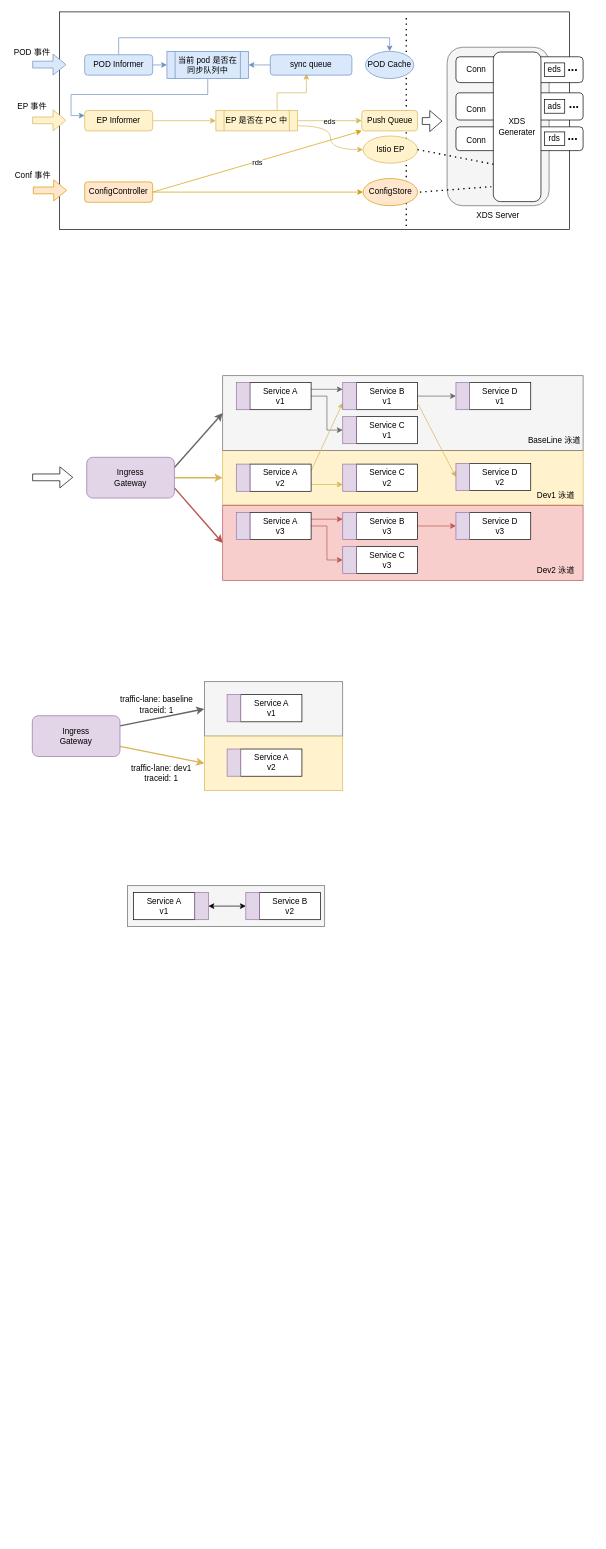
panniyuyu/think-dast-zh keeps this draw.io diagram as istio-eds.drawio. Above is the earlier version. Source tidied: cells renumbered, new cells numbered last; positions are measured from the earlier drawing's top-left corner, leaving out a move shared by most shapes. Both pictures are drawn from the tidied source at 68%, with x=0, y=0 at pixel (12, 12).
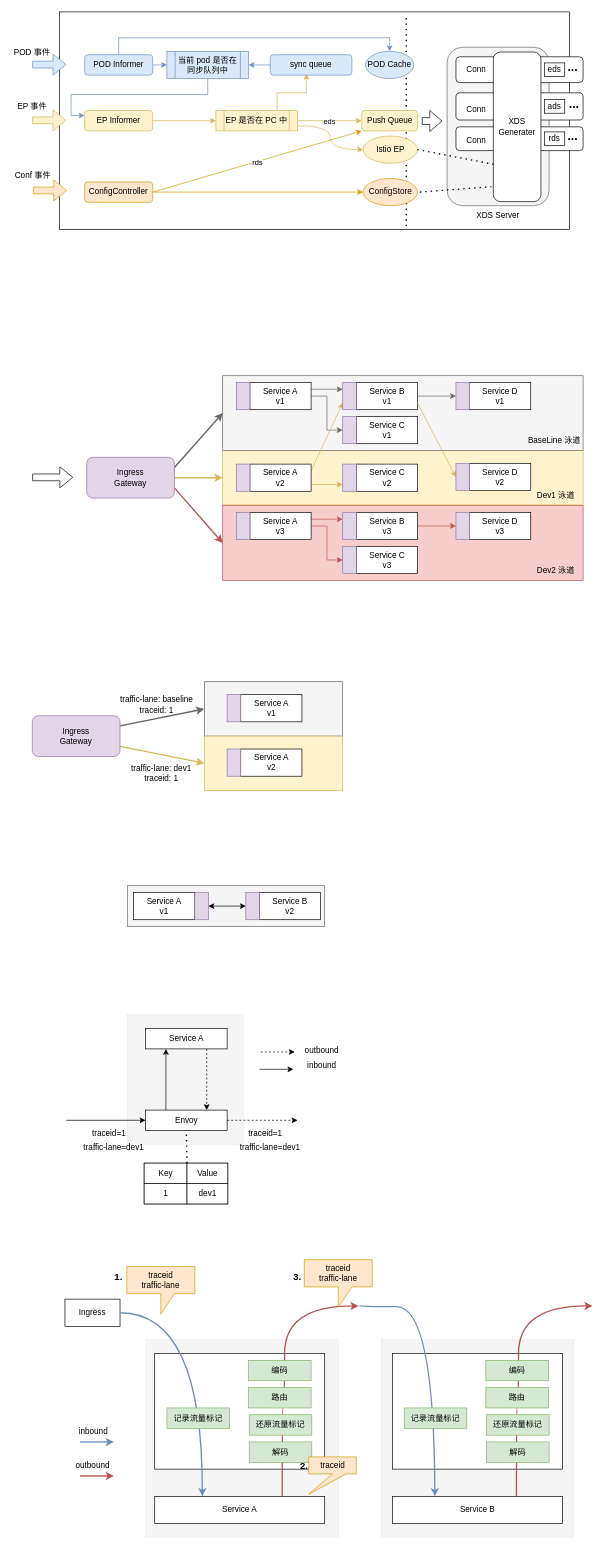
After the change.

What changed in the source:
```diff
@@
+    <mxCell id="109" style="rounded=0;whiteSpace=wrap;html=1;strokeWidth=0;fillColor=#f5f5f5;fontColor=#333333;strokeColor=#666666;" parent="1" vertex="1">
+      <mxGeometry x="197" y="1953" width="283" height="290" as="geometry" />
+    </mxCell>
@@
+    <mxCell id="110" style="rounded=0;whiteSpace=wrap;html=1;fillColor=#f5f5f5;fontColor=#333333;strokeColor=#666666;strokeWidth=0;" parent="1" vertex="1">
+      <mxGeometry x="170" y="1475" width="170" height="190" as="geometry" />
+    </mxCell>
+    <mxCell id="111" style="edgeStyle=orthogonalEdgeStyle;rounded=0;jettySize=auto;html=1;exitX=0.75;exitY=1;exitDx=0;exitDy=0;entryX=0.75;entryY=0;entryDx=0;entryDy=0;dashed=1;" parent="1" edge="1" source="112" target="114">
+      <mxGeometry relative="1" as="geometry" />
+    </mxCell>
+    <mxCell id="112" value="Service A" style="rounded=0;whiteSpace=wrap;html=1;" parent="1" vertex="1">
+      <mxGeometry x="196.5" y="1495" width="120" height="30" as="geometry" />
+    </mxCell>
+    <mxCell id="113" style="edgeStyle=orthogonalEdgeStyle;rounded=0;jettySize=auto;html=1;exitX=0.25;exitY=0;exitDx=0;exitDy=0;entryX=0.25;entryY=1;entryDx=0;entryDy=0;" parent="1" edge="1" source="114" target="112">
+      <mxGeometry relative="1" as="geometry" />
+    </mxCell>
+    <mxCell id="114" value="Envoy" style="rounded=0;whiteSpace=wrap;html=1;" parent="1" vertex="1">
+      <mxGeometry x="196.5" y="1615" width="120" height="30" as="geometry" />
+    </mxCell>
+    <mxCell id="115" style="endArrow=classic;html=1;rounded=0;entryX=0;entryY=0.5;entryDx=0;entryDy=0;" parent="1" edge="1" target="114">
+      <mxGeometry relative="1" as="geometry">
+        <mxPoint x="80" y="1630" as="sourcePoint" />
+      </mxGeometry>
+    </mxCell>
+    <mxCell id="116" style="edgeStyle=orthogonalEdgeStyle;rounded=0;jettySize=auto;html=1;exitX=1;exitY=0.5;exitDx=0;exitDy=0;dashed=1;" parent="1" edge="1" source="114">
+      <mxGeometry relative="1" as="geometry">
+        <mxPoint x="420" y="1630" as="targetPoint" />
+      </mxGeometry>
+    </mxCell>
+    <mxCell id="117" style="edgeStyle=orthogonalEdgeStyle;rounded=0;orthogonalLoop=1;jettySize=auto;html=1;dashed=1;" parent="1" edge="1">
+      <mxGeometry relative="1" as="geometry">
+        <mxPoint x="366" y="1529.5" as="sourcePoint" />
+        <mxPoint x="416" y="1529.5" as="targetPoint" />
+      </mxGeometry>
+    </mxCell>
+    <mxCell id="118" value="outbound" style="text;html=1;strokeColor=none;fillColor=none;align=center;verticalAlign=middle;whiteSpace=wrap;rounded=0;" parent="1" vertex="1">
+      <mxGeometry x="426" y="1513" width="60" height="30" as="geometry" />
+    </mxCell>
+    <mxCell id="119" style="endArrow=classic;html=1;rounded=0;" parent="1" edge="1">
+      <mxGeometry relative="1" as="geometry">
+        <mxPoint x="364" y="1555" as="sourcePoint" />
+        <mxPoint x="414" y="1555" as="targetPoint" />
+      </mxGeometry>
+    </mxCell>
+    <mxCell id="120" value="inbound" style="text;html=1;strokeColor=none;fillColor=none;align=center;verticalAlign=middle;whiteSpace=wrap;rounded=0;" parent="1" vertex="1">
+      <mxGeometry x="426" y="1535" width="60" height="30" as="geometry" />
+    </mxCell>
+    <mxCell id="121" style="rounded=0;whiteSpace=wrap;html=1;" parent="1" vertex="1">
+      <mxGeometry x="194.5" y="1693" width="123" height="60" as="geometry" />
+    </mxCell>
+    <mxCell id="122" value="Key" style="rounded=0;whiteSpace=wrap;html=1;" parent="1" vertex="1">
+      <mxGeometry x="194.5" y="1693" width="63" height="30" as="geometry" />
+    </mxCell>
+    <mxCell id="123" value="Value" style="rounded=0;whiteSpace=wrap;html=1;" parent="1" vertex="1">
+      <mxGeometry x="257.5" y="1693" width="60" height="30" as="geometry" />
+    </mxCell>
+    <mxCell id="124" value="1" style="rounded=0;whiteSpace=wrap;html=1;" parent="1" vertex="1">
+      <mxGeometry x="194.5" y="1723" width="63" height="30" as="geometry" />
+    </mxCell>
+    <mxCell id="125" value="dev1" style="rounded=0;whiteSpace=wrap;html=1;" parent="1" vertex="1">
+      <mxGeometry x="257.5" y="1723" width="60" height="30" as="geometry" />
+    </mxCell>
+    <mxCell id="126" style="endArrow=none;dashed=1;html=1;dashPattern=1 3;strokeWidth=2;rounded=0;entryX=0.5;entryY=1;entryDx=0;entryDy=0;exitX=1;exitY=0;exitDx=0;exitDy=0;" parent="1" edge="1" source="122" target="114">
+      <mxGeometry relative="1" as="geometry" />
+    </mxCell>
+    <mxCell id="127" value="traceid=1" style="text;html=1;strokeColor=none;fillColor=none;align=center;verticalAlign=middle;whiteSpace=wrap;rounded=0;" parent="1" vertex="1">
+      <mxGeometry x="113" y="1635" width="60" height="30" as="geometry" />
+    </mxCell>
+    <mxCell id="128" value="traffic-lane=dev1" style="text;html=1;strokeColor=none;fillColor=none;align=center;verticalAlign=middle;whiteSpace=wrap;rounded=0;" parent="1" vertex="1">
+      <mxGeometry x="100" y="1655" width="100" height="30" as="geometry" />
+    </mxCell>
+    <mxCell id="129" value="traceid=1" style="text;html=1;strokeColor=none;fillColor=none;align=center;verticalAlign=middle;whiteSpace=wrap;rounded=0;" parent="1" vertex="1">
+      <mxGeometry x="343" y="1635" width="60" height="30" as="geometry" />
+    </mxCell>
+    <mxCell id="130" value="traffic-lane=dev1" style="text;html=1;strokeColor=none;fillColor=none;align=center;verticalAlign=middle;whiteSpace=wrap;rounded=0;" parent="1" vertex="1">
+      <mxGeometry x="330" y="1655" width="100" height="30" as="geometry" />
+    </mxCell>
+    <mxCell id="131" value="Ingress" style="rounded=0;whiteSpace=wrap;html=1;" parent="1" vertex="1">
+      <mxGeometry x="78" y="1893" width="81" height="40" as="geometry" />
+    </mxCell>
+    <mxCell id="132" style="rounded=0;whiteSpace=wrap;html=1;" parent="1" vertex="1">
+      <mxGeometry x="210" y="1973" width="250" height="170" as="geometry" />
+    </mxCell>
+    <mxCell id="133" style="rounded=0;jettySize=auto;html=1;exitX=0.75;exitY=0;exitDx=0;exitDy=0;strokeWidth=2;fillColor=#f8cecc;strokeColor=#b85450;edgeStyle=orthogonalEdgeStyle;curved=1;" parent="1" edge="1" source="134">
+      <mxGeometry relative="1" as="geometry">
+        <mxPoint x="510" y="1903" as="targetPoint" />
+        <Array as="points">
+          <mxPoint x="398" y="2043" />
+          <mxPoint x="401" y="2043" />
+        </Array>
+      </mxGeometry>
+    </mxCell>
+    <mxCell id="134" value="Service A" style="rounded=0;whiteSpace=wrap;html=1;" parent="1" vertex="1">
+      <mxGeometry x="210" y="2183" width="250" height="40" as="geometry" />
+    </mxCell>
+    <mxCell id="135" style="edgeStyle=orthogonalEdgeStyle;rounded=0;jettySize=auto;html=1;exitX=1;exitY=0.5;exitDx=0;exitDy=0;curved=1;fillColor=#dae8fc;strokeColor=#6c8ebf;strokeWidth=2;" parent="1" edge="1" source="131">
+      <mxGeometry relative="1" as="geometry">
+        <mxPoint x="280" y="2183" as="targetPoint" />
+      </mxGeometry>
+    </mxCell>
+    <mxCell id="136" value="记录流量标记" style="rounded=0;whiteSpace=wrap;html=1;fillColor=#d5e8d4;strokeColor=#82b366;" parent="1" vertex="1">
+      <mxGeometry x="228" y="2053" width="92" height="30" as="geometry" />
+    </mxCell>
+    <mxCell id="137" style="rounded=0;whiteSpace=wrap;html=1;strokeWidth=0;fillColor=#f5f5f5;fontColor=#333333;strokeColor=#666666;" parent="1" vertex="1">
+      <mxGeometry x="543" y="1953" width="283" height="290" as="geometry" />
+    </mxCell>
+    <mxCell id="138" style="rounded=0;whiteSpace=wrap;html=1;" parent="1" vertex="1">
+      <mxGeometry x="559.5" y="1973" width="250" height="170" as="geometry" />
+    </mxCell>
+    <mxCell id="139" value="Service B" style="rounded=0;whiteSpace=wrap;html=1;" parent="1" vertex="1">
+      <mxGeometry x="559.5" y="2183" width="250" height="40" as="geometry" />
+    </mxCell>
+    <mxCell id="140" value="解码" style="rounded=0;whiteSpace=wrap;html=1;fillColor=#d5e8d4;strokeColor=#82b366;" parent="1" vertex="1">
+      <mxGeometry x="349" y="2103" width="92" height="30" as="geometry" />
+    </mxCell>
+    <mxCell id="141" value="还原流量标记" style="rounded=0;whiteSpace=wrap;html=1;fillColor=#d5e8d4;strokeColor=#82b366;" parent="1" vertex="1">
+      <mxGeometry x="349" y="2063" width="92" height="30" as="geometry" />
+    </mxCell>
+    <mxCell id="142" value="路由" style="rounded=0;whiteSpace=wrap;html=1;fillColor=#d5e8d4;strokeColor=#82b366;" parent="1" vertex="1">
+      <mxGeometry x="348" y="2023" width="92" height="30" as="geometry" />
+    </mxCell>
+    <mxCell id="143" value="编码" style="rounded=0;whiteSpace=wrap;html=1;fillColor=#d5e8d4;strokeColor=#82b366;" parent="1" vertex="1">
+      <mxGeometry x="348" y="1983" width="92" height="30" as="geometry" />
+    </mxCell>
+    <mxCell id="144" style="endArrow=classic;html=1;rounded=0;entryX=0.25;entryY=0;entryDx=0;entryDy=0;edgeStyle=orthogonalEdgeStyle;curved=1;strokeWidth=2;fillColor=#dae8fc;strokeColor=#6c8ebf;" parent="1" edge="1" target="139">
+      <mxGeometry relative="1" as="geometry">
+        <mxPoint x="510" y="1903" as="sourcePoint" />
+        <Array as="points">
+          <mxPoint x="510" y="1904" />
+          <mxPoint x="621" y="1904" />
+        </Array>
+      </mxGeometry>
+    </mxCell>
+    <mxCell id="145" value="记录流量标记" style="rounded=0;whiteSpace=wrap;html=1;fillColor=#d5e8d4;strokeColor=#82b366;" parent="1" vertex="1">
+      <mxGeometry x="577" y="2053" width="92" height="30" as="geometry" />
+    </mxCell>
+    <mxCell id="146" style="rounded=0;orthogonalLoop=1;jettySize=auto;html=1;exitX=0.75;exitY=0;exitDx=0;exitDy=0;strokeWidth=2;fillColor=#f8cecc;strokeColor=#b85450;edgeStyle=orthogonalEdgeStyle;curved=1;" parent="1" edge="1">
+      <mxGeometry relative="1" as="geometry">
+        <mxPoint x="742" y="2183" as="sourcePoint" />
+        <mxPoint x="854" y="1903" as="targetPoint" />
+        <Array as="points">
+          <mxPoint x="742" y="2043" />
+          <mxPoint x="745" y="2043" />
+        </Array>
+      </mxGeometry>
+    </mxCell>
+    <mxCell id="147" value="解码" style="rounded=0;whiteSpace=wrap;html=1;fillColor=#d5e8d4;strokeColor=#82b366;" parent="1" vertex="1">
+      <mxGeometry x="698" y="2103" width="92" height="30" as="geometry" />
+    </mxCell>
+    <mxCell id="148" value="还原流量标记" style="rounded=0;whiteSpace=wrap;html=1;fillColor=#d5e8d4;strokeColor=#82b366;" parent="1" vertex="1">
+      <mxGeometry x="698" y="2063" width="92" height="30" as="geometry" />
+    </mxCell>
+    <mxCell id="149" value="路由" style="rounded=0;whiteSpace=wrap;html=1;fillColor=#d5e8d4;strokeColor=#82b366;" parent="1" vertex="1">
+      <mxGeometry x="697" y="2023" width="92" height="30" as="geometry" />
+    </mxCell>
+    <mxCell id="150" value="编码" style="rounded=0;whiteSpace=wrap;html=1;fillColor=#d5e8d4;strokeColor=#82b366;" parent="1" vertex="1">
+      <mxGeometry x="697" y="1983" width="92" height="30" as="geometry" />
+    </mxCell>
+    <mxCell id="151" style="endArrow=classic;html=1;rounded=0;strokeWidth=2;fillColor=#dae8fc;strokeColor=#6c8ebf;" parent="1" edge="1">
+      <mxGeometry relative="1" as="geometry">
+        <mxPoint x="100" y="2103" as="sourcePoint" />
+        <mxPoint x="150" y="2103" as="targetPoint" />
+      </mxGeometry>
+    </mxCell>
+    <mxCell id="152" style="endArrow=classic;html=1;rounded=0;strokeWidth=2;fillColor=#f8cecc;strokeColor=#b85450;" parent="1" edge="1">
+      <mxGeometry relative="1" as="geometry">
+        <mxPoint x="100" y="2153" as="sourcePoint" />
+        <mxPoint x="150" y="2153" as="targetPoint" />
+      </mxGeometry>
+    </mxCell>
+    <mxCell id="153" value="outbound" style="text;html=1;strokeColor=none;fillColor=none;align=center;verticalAlign=middle;whiteSpace=wrap;rounded=0;" parent="1" vertex="1">
+      <mxGeometry x="88.5" y="2123" width="60" height="30" as="geometry" />
+    </mxCell>
+    <mxCell id="154" value="inbound" style="text;html=1;strokeColor=none;fillColor=none;align=center;verticalAlign=middle;whiteSpace=wrap;rounded=0;" parent="1" vertex="1">
+      <mxGeometry x="90" y="2073" width="60" height="30" as="geometry" />
+    </mxCell>
+    <mxCell id="155" value="traceid&lt;br&gt;traffic-lane" style="shape=callout;whiteSpace=wrap;html=1;perimeter=calloutPerimeter;fillColor=#ffe6cc;strokeColor=#d79b00;" parent="1" vertex="1">
+      <mxGeometry x="169" y="1845" width="100" height="70" as="geometry" />
+    </mxCell>
+    <mxCell id="156" value="traceid" style="shape=callout;whiteSpace=wrap;html=1;perimeter=calloutPerimeter;fillColor=#ffe6cc;strokeColor=#d79b00;position2=0;direction=east;" parent="1" vertex="1">
+      <mxGeometry x="436.5" y="2125" width="70" height="55" as="geometry" />
+    </mxCell>
+    <mxCell id="157" value="traceid&lt;br&gt;traffic-lane" style="shape=callout;whiteSpace=wrap;html=1;perimeter=calloutPerimeter;fillColor=#ffe6cc;strokeColor=#d79b00;" parent="1" vertex="1">
+      <mxGeometry x="430" y="1835" width="100" height="70" as="geometry" />
+    </mxCell>
+    <mxCell id="158" value="&lt;b&gt;&lt;font style=&quot;font-size: 14px;&quot;&gt;1.&lt;/font&gt;&lt;/b&gt;" style="text;html=1;strokeColor=none;fillColor=none;align=center;verticalAlign=middle;whiteSpace=wrap;rounded=0;" parent="1" vertex="1">
+      <mxGeometry x="127" y="1845" width="60" height="30" as="geometry" />
+    </mxCell>
+    <mxCell id="159" value="&lt;b&gt;&lt;font style=&quot;font-size: 14px;&quot;&gt;2.&lt;/font&gt;&lt;/b&gt;" style="text;html=1;strokeColor=none;fillColor=none;align=center;verticalAlign=middle;whiteSpace=wrap;rounded=0;" parent="1" vertex="1">
+      <mxGeometry x="400" y="2123" width="60" height="30" as="geometry" />
+    </mxCell>
+    <mxCell id="160" value="&lt;b&gt;&lt;font style=&quot;font-size: 14px;&quot;&gt;3.&lt;/font&gt;&lt;/b&gt;" style="text;html=1;strokeColor=none;fillColor=none;align=center;verticalAlign=middle;whiteSpace=wrap;rounded=0;" parent="1" vertex="1">
+      <mxGeometry x="390" y="1845" width="60" height="30" as="geometry" />
+    </mxCell>
```
